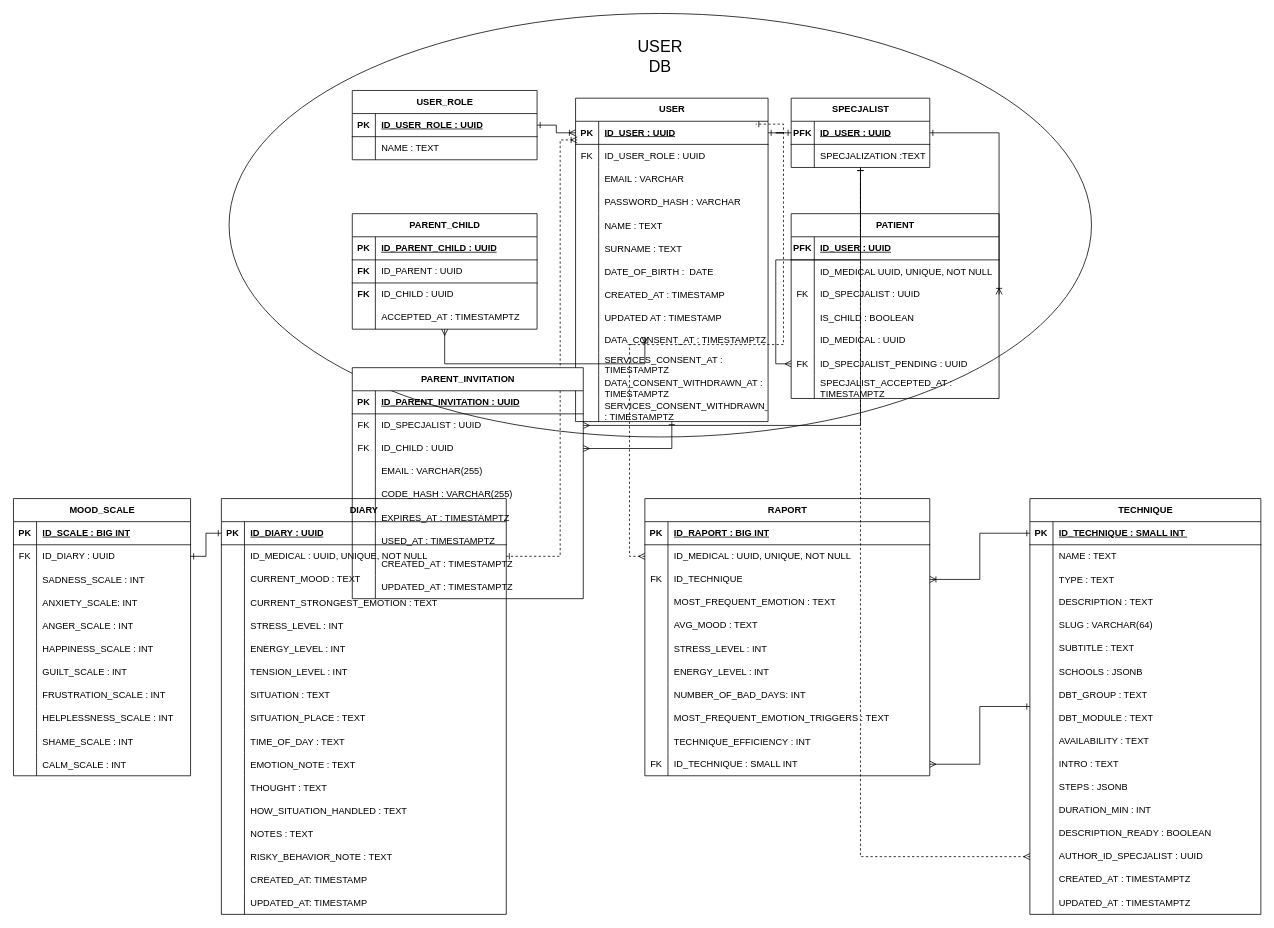
Coderino-Compadres/Mediculus_App keeps this draw.io diagram as ERD/DIAGRAM.drawio. Above is the earlier version. Source tidied: cells renumbered, new cells numbered last; positions are measured from the earlier drawing's top-left corner, leaving out a move shared by most shapes. Both pictures are drawn from the tidied source at 77%, with x=0, y=0 at pixel (13, 13).
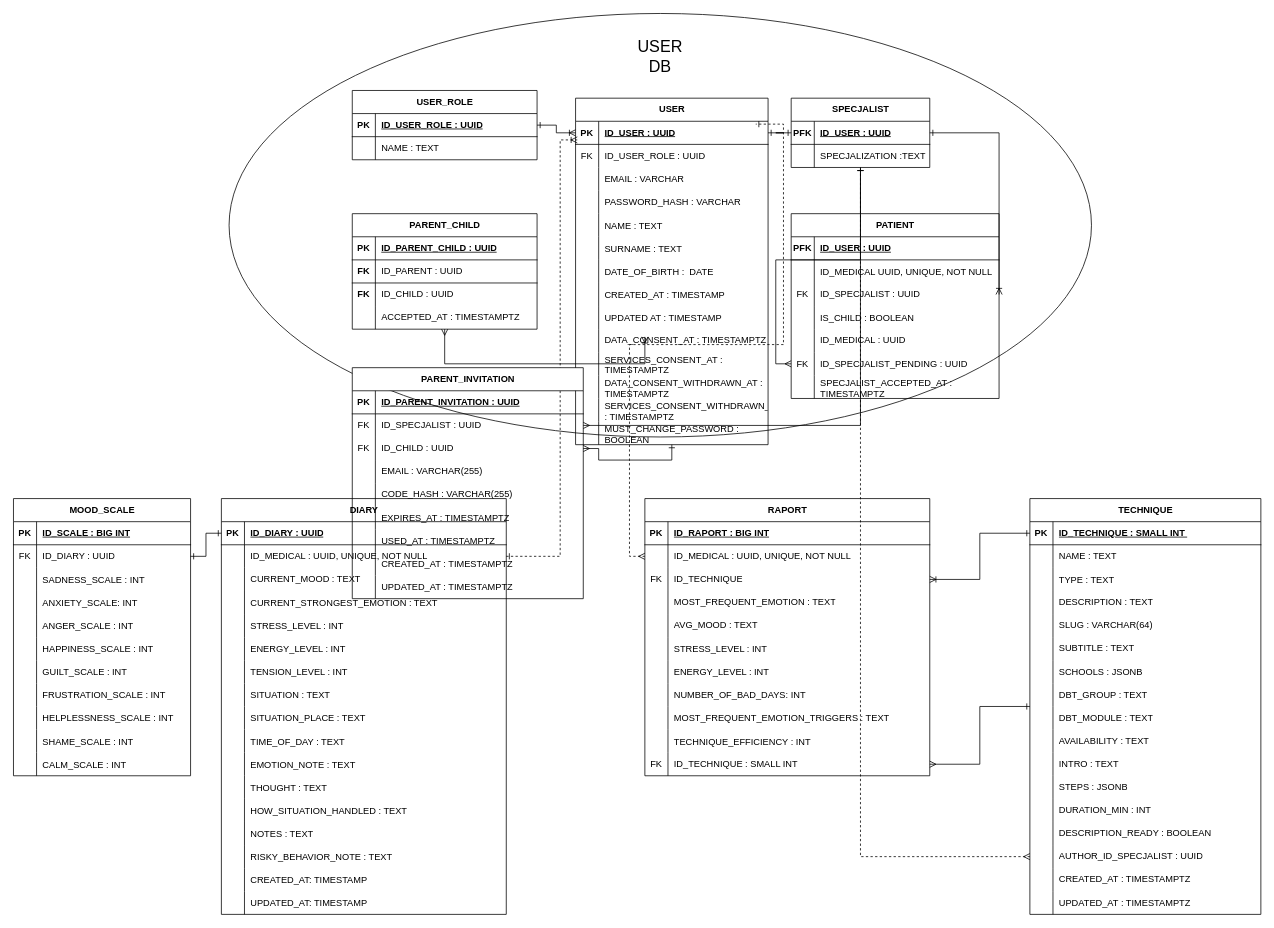
The same diagram, later.

Change to the diagram source:
```diff
@@
     <mxCell id="2" value="USER" style="shape=table;startSize=30;childLayout=tableLayout;rowLines=0;fontStyle=1;align=center;html=1;" parent="1" vertex="1">
-      <mxGeometry x="730" y="110" width="250" height="420" as="geometry" />
+      <mxGeometry x="730" y="110" width="250" height="450" as="geometry" />
     </mxCell>
@@
+    <mxCell id="306" style="shape=tableRow;horizontal=0;startSize=0;swimlaneHead=0;swimlaneBody=0;fillColor=none;top=0;left=0;right=0;bottom=0;" parent="2" vertex="1">
+      <mxGeometry y="420" width="250" height="30" as="geometry" />
+    </mxCell>
+    <mxCell id="307" style="shape=partialRectangle;fillColor=none;top=0;left=0;bottom=0;right=0;overflow=hidden;whiteSpace=wrap;html=1;" parent="306" vertex="1">
+      <mxGeometry width="30" height="30" as="geometry" />
+    </mxCell>
+    <mxCell id="308" value="MUST_CHANGE_PASSWORD : BOOLEAN" style="shape=partialRectangle;fillColor=none;top=0;left=0;bottom=0;right=0;align=left;spacingLeft=6;overflow=hidden;whiteSpace=wrap;html=1;" parent="306" vertex="1">
+      <mxGeometry x="30" width="220" height="30" as="geometry" />
+    </mxCell>
```
